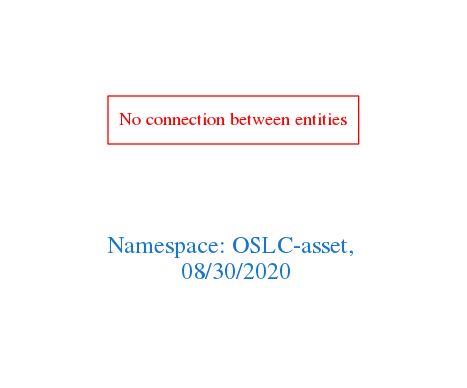
arago/OGIT keeps this Graphviz diagram as downloads/OSLC-asset.png. Above is the earlier version. Its source is kept beside it as downloads/OSLC-asset.dot.
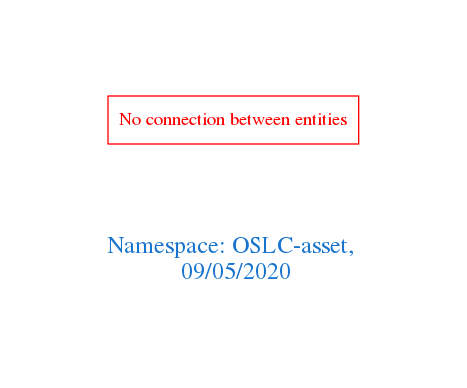
Above is the later version.

What changed in the source:
```diff
@@ -1,7 +1,7 @@
 digraph OGIT_ontology {
  graph [ rankdir= LR,pad=1
 fontsize = 18,
-fontcolor= dodgerblue3,label = "\n\n\nNamespace: OSLC-asset, \n 08/30/2020"];
+fontcolor= dodgerblue3,label = "\n\n\nNamespace: OSLC-asset, \n 09/05/2020"];
 node[shape=polygon];
 edge [  color="gray81"];
 
```
